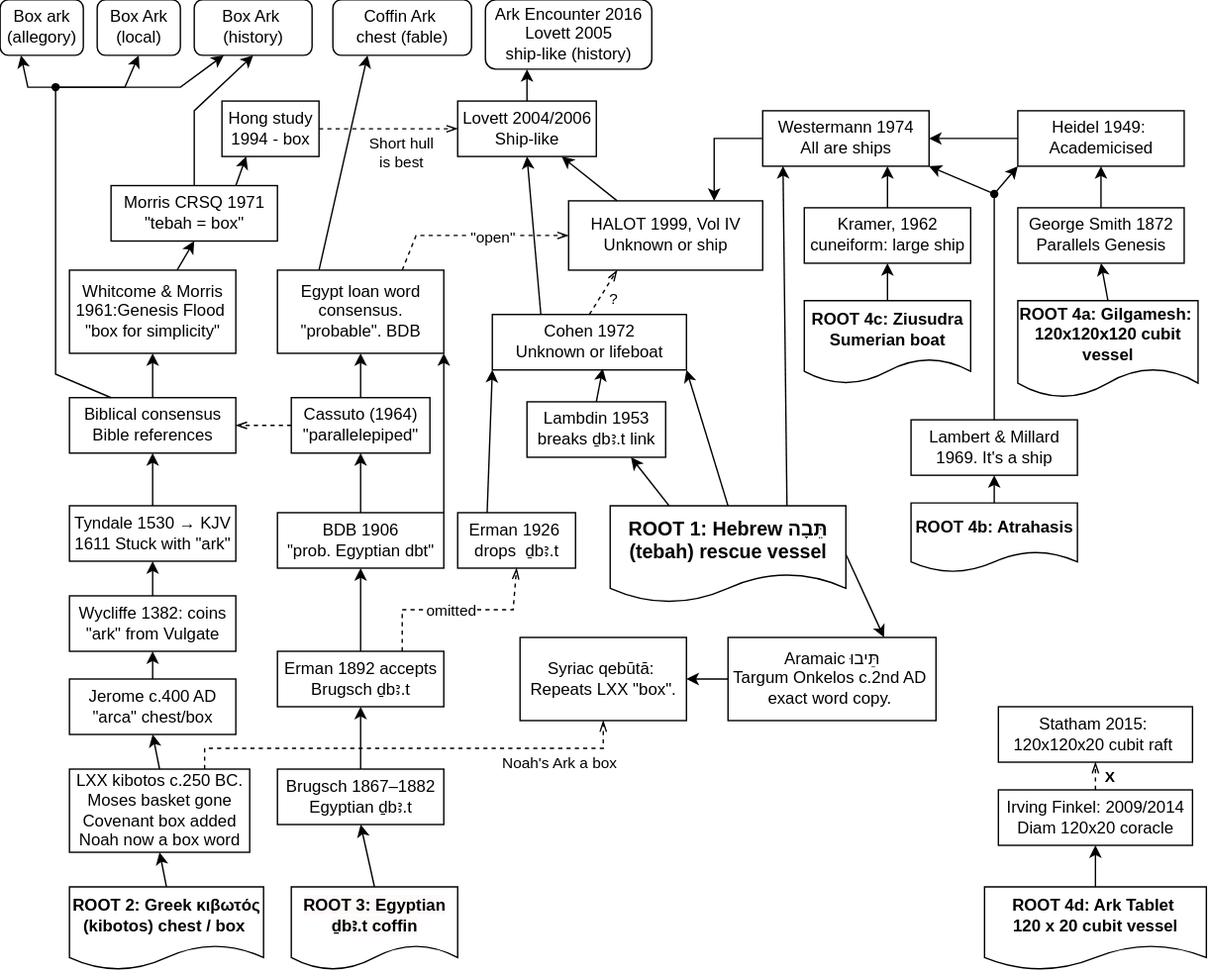
Above: papers-tbh/images/TBH-flowchart.svg in tlovett2007-dot/Ark-Detailed-Design (draw.io), before the change. Source tidied: cells renumbered, new cells last; positions are measured from the earlier drawing's top-left corner, leaving out a move shared by most shapes.
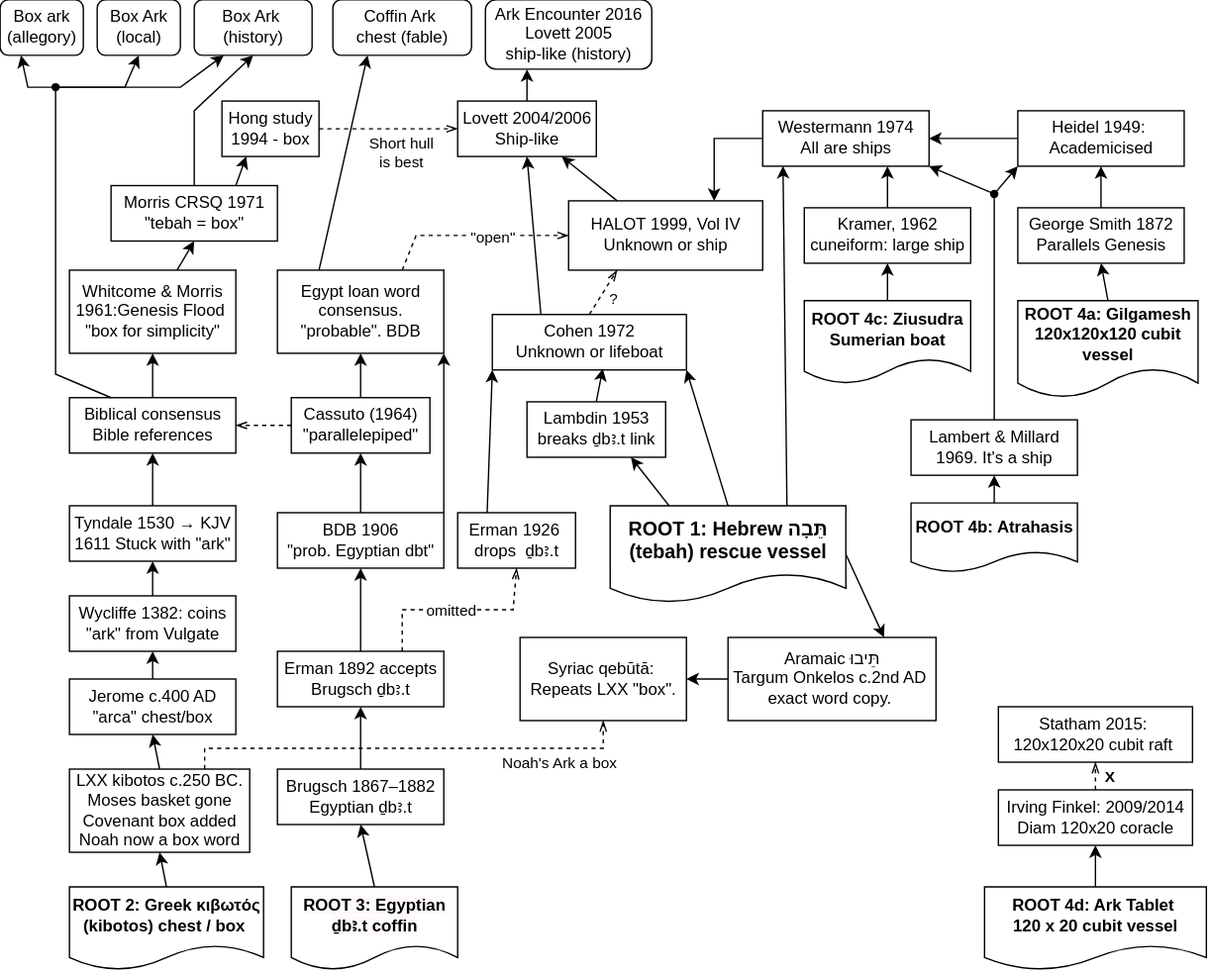
The same file after the commit.

Change to the diagram source:
```diff
@@ -285,7 +285,7 @@
     <mxCell id="80" value="&lt;b&gt;ROOT 4b: Atrahasis&lt;/b&gt;" style="shape=document;whiteSpace=wrap;html=1;boundedLbl=1;" parent="1" vertex="1">
       <mxGeometry x="657" y="363" width="120" height="50" as="geometry" />
     </mxCell>
-    <mxCell id="81" value="&lt;b&gt;ROOT 4a: Gilgamesh:&amp;nbsp;&lt;/b&gt;&lt;div style=&quot;&quot;&gt;&lt;b&gt;120x120x120 cubit vessel&lt;/b&gt;&lt;/div&gt;" style="shape=document;whiteSpace=wrap;html=1;boundedLbl=1;align=center;" parent="1" vertex="1">
+    <mxCell id="81" value="&lt;b&gt;ROOT 4a: Gilgamesh&lt;/b&gt;&lt;div style=&quot;&quot;&gt;&lt;b&gt;120x120x120 cubit vessel&lt;/b&gt;&lt;/div&gt;" style="shape=document;whiteSpace=wrap;html=1;boundedLbl=1;align=center;" parent="1" vertex="1">
       <mxGeometry x="734" y="217" width="130" height="70" as="geometry" />
     </mxCell>
     <mxCell id="82" value="&lt;b&gt;ROOT 4c: Ziusudra Sumerian boat&lt;/b&gt;" style="shape=document;whiteSpace=wrap;html=1;boundedLbl=1;" parent="1" vertex="1">
```
